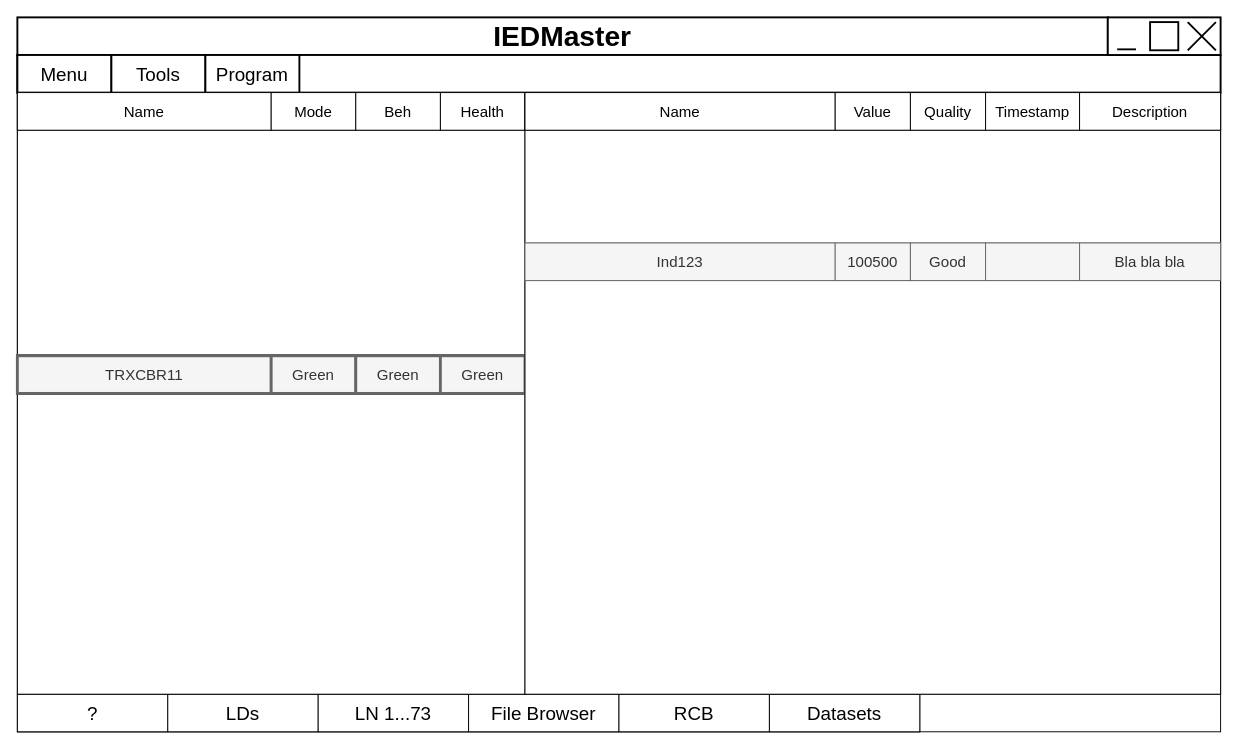
The draw.io diagram page "GUI Table LN" (3 of 11) of docs/Architecture.drawio in Rustam12345m/IEDClient, before the edit. Source tidied: cells renumbered, new cells numbered last; positions are measured from the earlier drawing's top-left corner, leaving out a move shared by most shapes. Both pictures are drawn from the tidied source at 94%, with x=0, y=0 at pixel (17, 17).
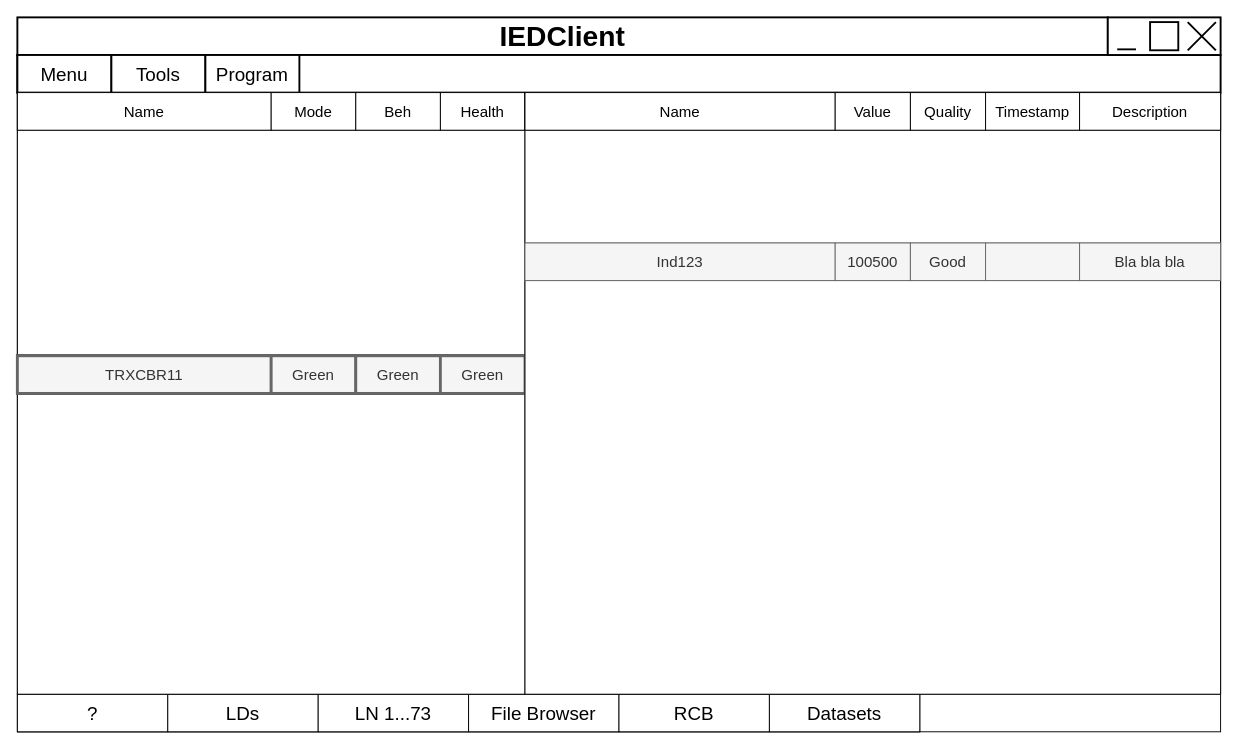
Above is the later version.

The edit, as a diff of the source:
```diff
@@
-    <mxCell id="3" value="&lt;font size=&quot;1&quot; style=&quot;&quot;&gt;&lt;b style=&quot;font-size: 30px;&quot;&gt;IEDMaster&lt;/b&gt;&lt;/font&gt;" style="rounded=0;whiteSpace=wrap;html=1;strokeWidth=2;" parent="1" vertex="1">
+    <mxCell id="3" value="&lt;font size=&quot;1&quot; style=&quot;&quot;&gt;&lt;b style=&quot;font-size: 30px;&quot;&gt;IEDClient&lt;/b&gt;&lt;/font&gt;" style="rounded=0;whiteSpace=wrap;html=1;strokeWidth=2;" parent="1" vertex="1">
       <mxGeometry width="1160" height="40" as="geometry" />
     </mxCell>
```
